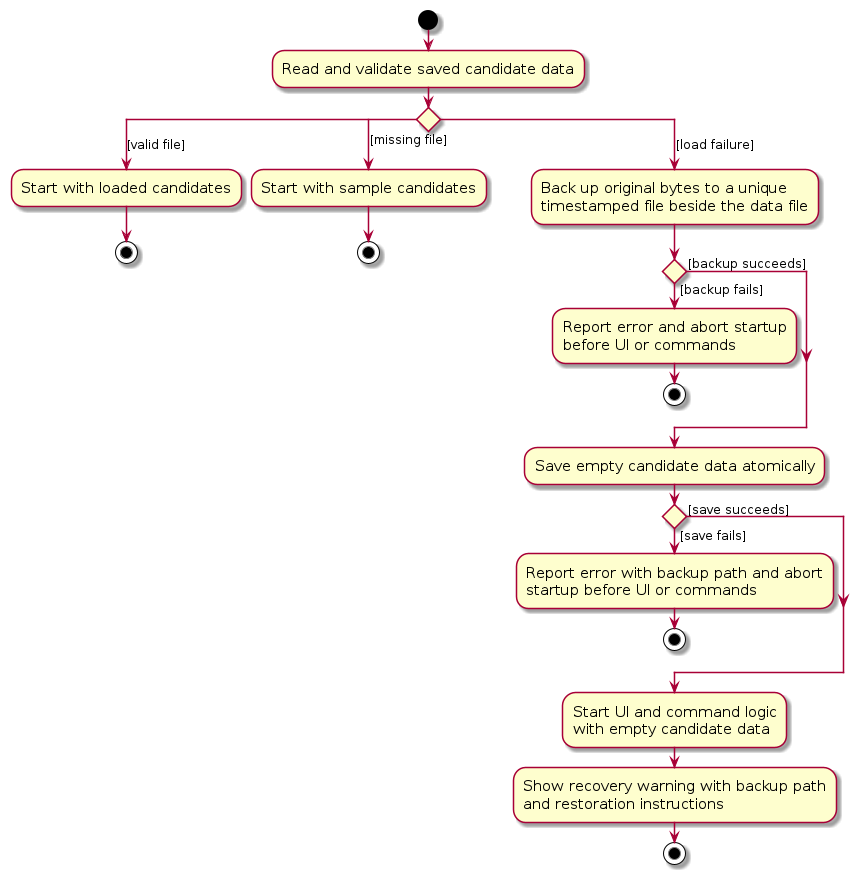
Before: diagrams/DataRecoveryActivityDiagram.png, a diagram exported from PlantUML (AY2627S1-CS2103-F10-1/tp). Its source is kept beside it as diagrams/DataRecoveryActivityDiagram.puml.
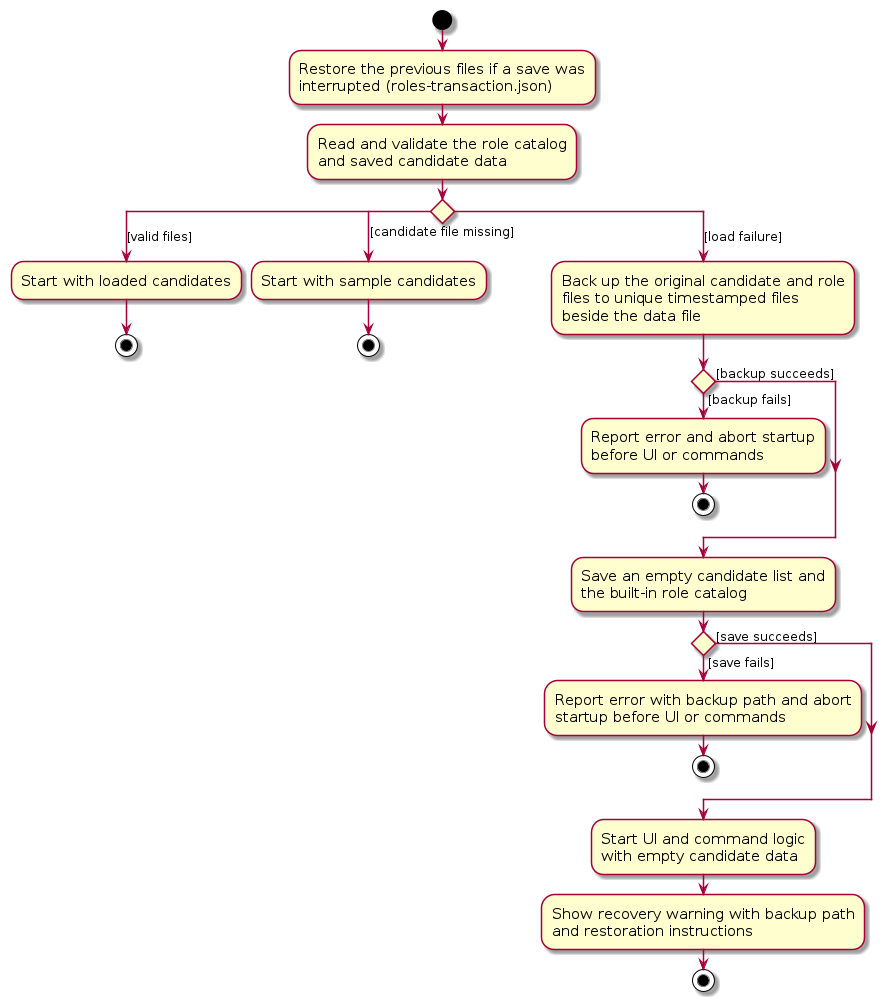
Later version of the same file.

What changed in the source:
```diff
@@ -4,18 +4,22 @@
 skinparam ArrowFontSize 12
 
 start
-:Read and validate saved candidate data;
+:Restore the previous files if a save was
+interrupted (roles-transaction.json);
+:Read and validate the role catalog
+and saved candidate data;
 
 switch ()
-case ([valid file])
+case ([valid files])
     :Start with loaded candidates;
     stop
-case ([missing file])
+case ([candidate file missing])
     :Start with sample candidates;
     stop
 case ([load failure])
-    :Back up original bytes to a unique
-timestamped file beside the data file;
+    :Back up the original candidate and role
+files to unique timestamped files
+beside the data file;
     if () then ([backup succeeds])
     else ([backup fails])
         :Report error and abort startup
@@ -23,7 +27,8 @@
         stop
     endif
 
-    :Save empty candidate data atomically;
+    :Save an empty candidate list and
+the built-in role catalog;
     if () then ([save succeeds])
     else ([save fails])
         :Report error with backup path and abort
```
